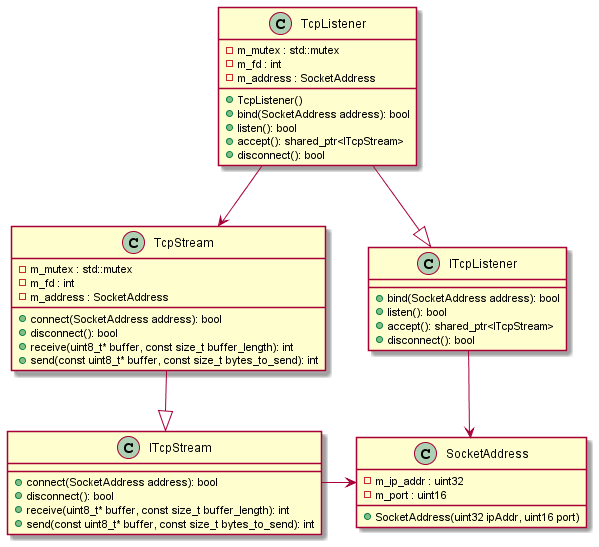
This is doc/ClassDiagram.png from lsoldano93/CrossPlatformSockets, a PlantUML export, as it was before one commit. The source it was exported from:
```plantuml
@startuml


class SocketAddress
{
   - m_ip_addr : uint32
   - m_port : uint16

   + SocketAddress(uint32 ipAddr, uint16 port)
}

class ITcpStream
{
   + connect(SocketAddress address): bool
   + disconnect(): bool
   + receive(uint8_t* buffer, const size_t buffer_length): int
   + send(const uint8_t* buffer, const size_t bytes_to_send): int
}

class ITcpListener
{
   + bind(SocketAddress address): bool
   + listen(): bool
   + accept(): shared_ptr<ITcpStream>
   + disconnect(): bool
}

class TcpStream
{
   - m_mutex : std::mutex
   - m_fd : int
   - m_address : SocketAddress

   + connect(SocketAddress address): bool
   + disconnect(): bool
   + receive(uint8_t* buffer, const size_t buffer_length): int
   + send(const uint8_t* buffer, const size_t bytes_to_send): int
}

class TcpListener
{
   - m_mutex : std::mutex
   - m_fd : int
   - m_address : SocketAddress

   + TcpListener()
   + bind(SocketAddress address): bool
   + listen(): bool
   + accept(): shared_ptr<ITcpStream>
   + disconnect(): bool
}

ITcpStream -> SocketAddress

ITcpListener -> SocketAddress

TcpStream --|> ITcpStream

TcpListener --|> ITcpListener
TcpListener --> TcpStream


@enduml
```
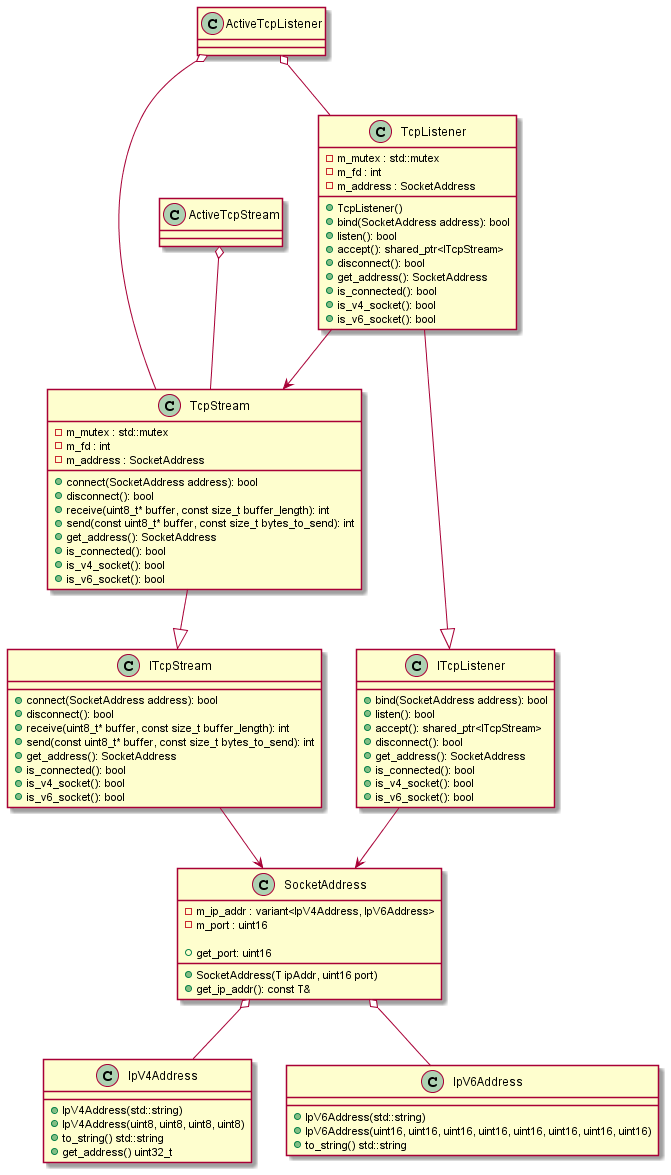
Later version of the same file.

Commit message:
Adding support for Windows Ipv4 address, need more factory methods

Diff of the diagram source:
```diff
@@ -1,12 +1,28 @@
 @startuml
 
+class IpV4Address
+{
+   + IpV4Address(std::string)
+   + IpV4Address(uint8, uint8, uint8, uint8)
+   + to_string() std::string
+   + get_address() uint32_t
+}
+
+class IpV6Address
+{
+   + IpV6Address(std::string)
+   + IpV6Address(uint16, uint16, uint16, uint16, uint16, uint16, uint16, uint16)
+   + to_string() std::string
+}
 
 class SocketAddress
 {
-   - m_ip_addr : uint32
+   - m_ip_addr : variant<IpV4Address, IpV6Address>
    - m_port : uint16
 
-   + SocketAddress(uint32 ipAddr, uint16 port)
+   + SocketAddress(T ipAddr, uint16 port)
+   + get_ip_addr(): const T&
+   + get_port: uint16
 }
 
 class ITcpStream
@@ -15,6 +31,10 @@
    + disconnect(): bool
    + receive(uint8_t* buffer, const size_t buffer_length): int
    + send(const uint8_t* buffer, const size_t bytes_to_send): int
+   + get_address(): SocketAddress
+   + is_connected(): bool
+   + is_v4_socket(): bool
+   + is_v6_socket(): bool
 }
 
 class ITcpListener
@@ -23,6 +43,10 @@
    + listen(): bool
    + accept(): shared_ptr<ITcpStream>
    + disconnect(): bool
+   + get_address(): SocketAddress
+   + is_connected(): bool
+   + is_v4_socket(): bool
+   + is_v6_socket(): bool
 }
 
 class TcpStream
@@ -35,6 +59,10 @@
    + disconnect(): bool
    + receive(uint8_t* buffer, const size_t buffer_length): int
    + send(const uint8_t* buffer, const size_t bytes_to_send): int
+   + get_address(): SocketAddress
+   + is_connected(): bool
+   + is_v4_socket(): bool
+   + is_v6_socket(): bool
 }
 
 class TcpListener
@@ -48,16 +76,37 @@
    + listen(): bool
    + accept(): shared_ptr<ITcpStream>
    + disconnect(): bool
+   + get_address(): SocketAddress
+   + is_connected(): bool
+   + is_v4_socket(): bool
+   + is_v6_socket(): bool
 }
 
-ITcpStream -> SocketAddress
+class ActiveTcpStream
+{
 
-ITcpListener -> SocketAddress
+}
+
+class ActiveTcpListener
+{
+
+}
+
+SocketAddress o-- IpV4Address
+SocketAddress o-- IpV6Address
+
+ITcpStream --> SocketAddress
+
+ITcpListener --> SocketAddress
 
 TcpStream --|> ITcpStream
 
 TcpListener --|> ITcpListener
 TcpListener --> TcpStream
 
+ActiveTcpStream o-- TcpStream
+
+ActiveTcpListener o-- TcpListener
+ActiveTcpListener o-- TcpStream
 
 @enduml
```
